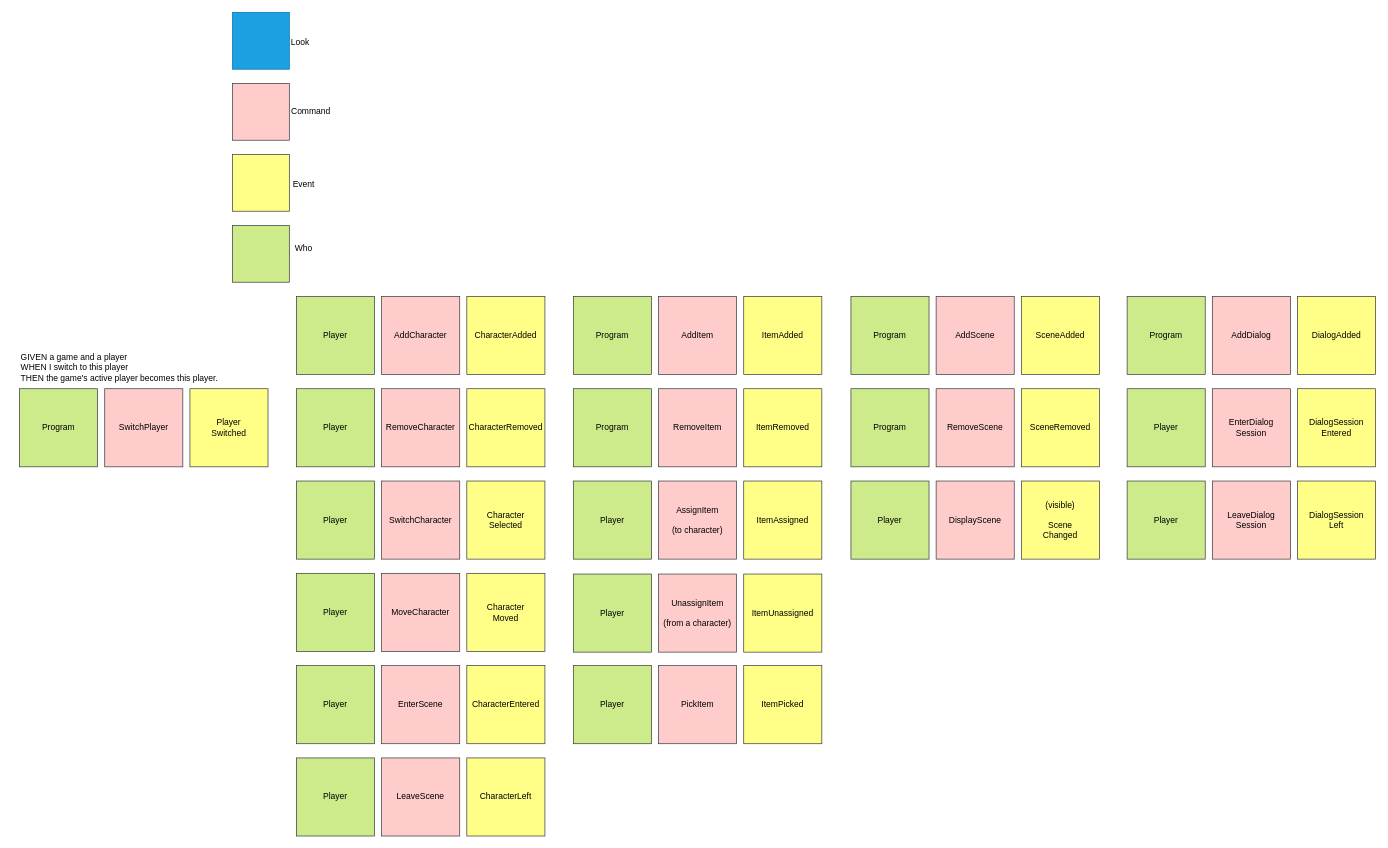
Above: page "Stickers" (1 of 4) of doc/dev/EventStorming.drawio in lspawn74/Medness (draw.io), before the change. Source tidied: cells renumbered, new cells numbered last; positions are measured from the earlier drawing's top-left corner, leaving out a move shared by most shapes. Both pictures are drawn from the tidied source at 71%, with x=0, y=0 at pixel (19, 12).
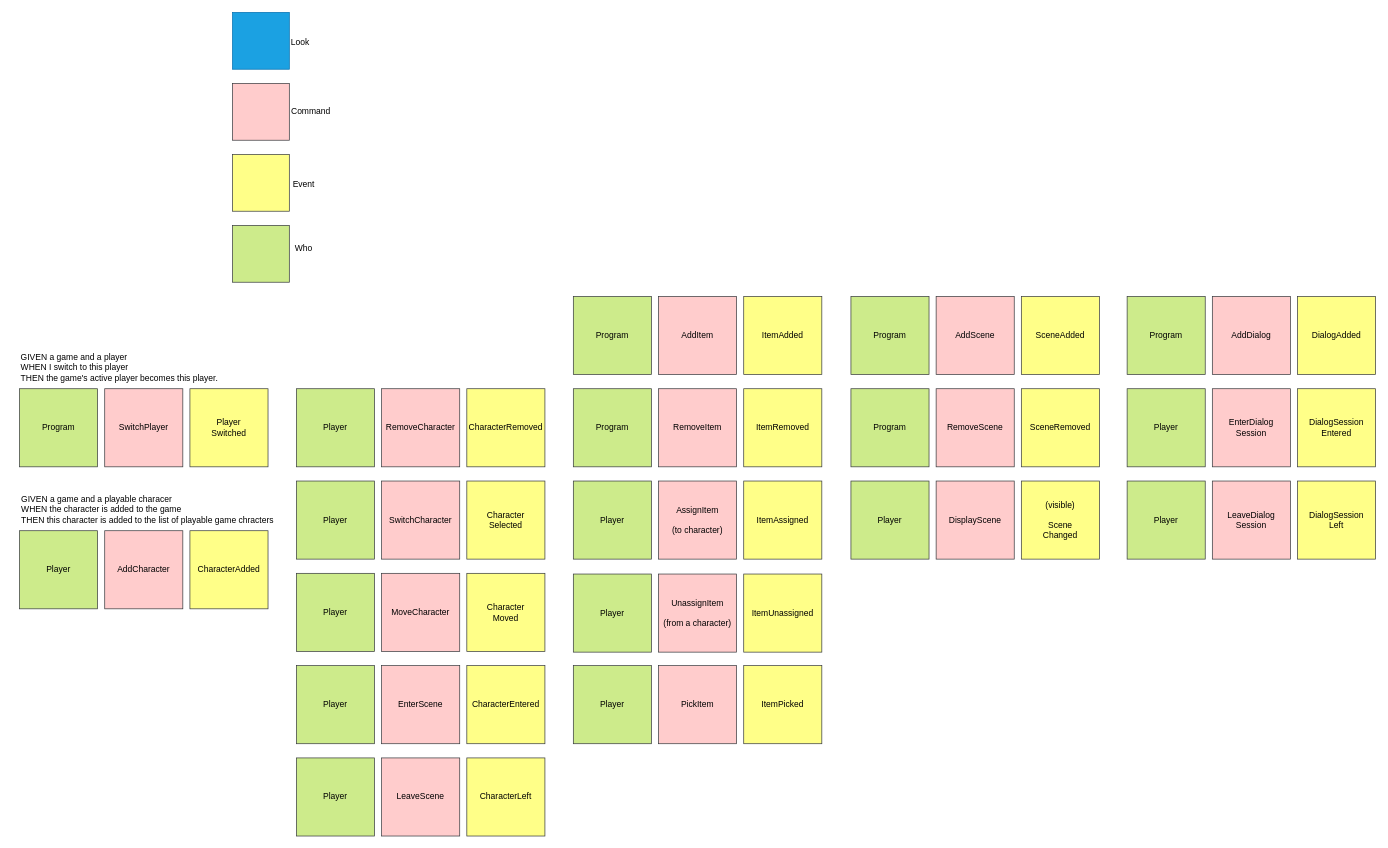
After the change.

The edit, as a diff of the source:
```diff
@@
     <mxCell id="62" style="group;" parent="1" vertex="1">
-      <mxGeometry x="390" y="400" width="350" height="110" as="geometry" />
+      <mxGeometry y="730" width="350" height="110" as="geometry" />
     </mxCell>
@@
+    <mxCell id="83" value="&lt;div style=&quot;text-align: left;&quot;&gt;&lt;span style=&quot;background-color: initial;&quot;&gt;GIVEN a game and a playable characer&lt;/span&gt;&lt;/div&gt;&lt;div style=&quot;text-align: left;&quot;&gt;WHEN the character is added to the game&lt;br&gt;&lt;/div&gt;&lt;div style=&quot;text-align: left;&quot;&gt;THEN this character is added to the list of playable game chracters&lt;br&gt;&lt;/div&gt;" style="text;html=1;align=center;verticalAlign=middle;strokeColor=none;fillColor=none;" parent="1" vertex="1">
+      <mxGeometry x="-10" y="670" width="380" height="60" as="geometry" />
+    </mxCell>
```
